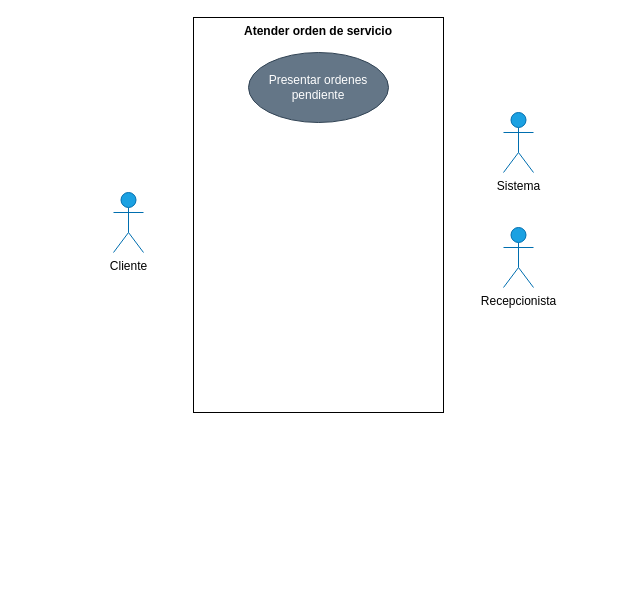
Before: page "atender-orden-caso-uso" (6 of 7) of documentacion/diagramas.drawio in JaasielGuerra/ServiTec, a draw.io diagram. Source tidied: cells renumbered, new cells numbered last; positions are measured from the earlier drawing's top-left corner, leaving out a move shared by most shapes. Both pictures are drawn from the tidied source at 100%, with x=0, y=0 at pixel (113, 17).
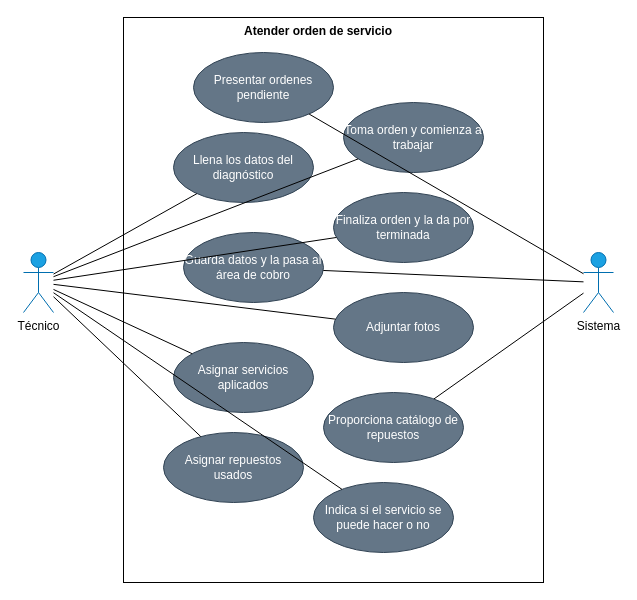
Above is the later version.

Commit message (it also covers changes not shown here):
diagramas atender orden servicio

What changed in the source:
```diff
@@
     <mxCell id="2" style="rounded=0;whiteSpace=wrap;html=1;" parent="1" vertex="1">
-      <mxGeometry x="80" width="250" height="395" as="geometry" />
+      <mxGeometry x="10" width="420" height="565" as="geometry" />
     </mxCell>
-    <mxCell id="3" value="Cliente" style="shape=umlActor;verticalLabelPosition=bottom;verticalAlign=top;html=1;fillColor=#1ba1e2;strokeColor=#006EAF;" parent="1" vertex="1">
-      <mxGeometry y="175" width="30" height="60" as="geometry" />
+    <mxCell id="3" value="Técnico" style="shape=umlActor;verticalLabelPosition=bottom;verticalAlign=top;html=1;fillColor=#1ba1e2;strokeColor=#006EAF;" parent="1" vertex="1">
+      <mxGeometry x="-90" y="235" width="30" height="60" as="geometry" />
     </mxCell>
@@
     <mxCell id="5" value="Presentar ordenes pendiente" style="ellipse;whiteSpace=wrap;html=1;fillColor=#647687;strokeColor=#314354;fontColor=#ffffff;" parent="1" vertex="1">
-      <mxGeometry x="135" y="35" width="140" height="70" as="geometry" />
+      <mxGeometry x="80" y="35" width="140" height="70" as="geometry" />
     </mxCell>
     <mxCell id="6" value="Sistema" style="shape=umlActor;verticalLabelPosition=bottom;verticalAlign=top;html=1;fillColor=#1ba1e2;strokeColor=#006EAF;" parent="1" vertex="1">
-      <mxGeometry x="390" y="95" width="30" height="60" as="geometry" />
+      <mxGeometry x="470" y="235" width="30" height="60" as="geometry" />
     </mxCell>
-    <mxCell id="7" value="Recepcionista" style="shape=umlActor;verticalLabelPosition=bottom;verticalAlign=top;html=1;fillColor=#1ba1e2;strokeColor=#006EAF;" parent="1" vertex="1">
-      <mxGeometry x="390" y="210" width="30" height="60" as="geometry" />
-    </mxCell>
+    <mxCell id="8" value="Toma orden y comienza a trabajar" style="ellipse;whiteSpace=wrap;html=1;fillColor=#647687;strokeColor=#314354;fontColor=#ffffff;" parent="1" vertex="1">
+      <mxGeometry x="230" y="85" width="140" height="70" as="geometry" />
+    </mxCell>
+    <mxCell id="9" value="Llena los datos del diagnóstico" style="ellipse;whiteSpace=wrap;html=1;fillColor=#647687;strokeColor=#314354;fontColor=#ffffff;" parent="1" vertex="1">
+      <mxGeometry x="60" y="115" width="140" height="70" as="geometry" />
+    </mxCell>
+    <mxCell id="10" value="Finaliza orden y la da por terminada" style="ellipse;whiteSpace=wrap;html=1;fillColor=#647687;strokeColor=#314354;fontColor=#ffffff;" parent="1" vertex="1">
+      <mxGeometry x="220" y="175" width="140" height="70" as="geometry" />
+    </mxCell>
+    <mxCell id="11" value="Guarda datos y la pasa al área de cobro" style="ellipse;whiteSpace=wrap;html=1;fillColor=#647687;strokeColor=#314354;fontColor=#ffffff;" parent="1" vertex="1">
+      <mxGeometry x="70" y="215" width="140" height="70" as="geometry" />
+    </mxCell>
+    <mxCell id="12" value="Adjuntar fotos" style="ellipse;whiteSpace=wrap;html=1;fillColor=#647687;strokeColor=#314354;fontColor=#ffffff;" parent="1" vertex="1">
+      <mxGeometry x="220" y="275" width="140" height="70" as="geometry" />
+    </mxCell>
+    <mxCell id="13" value="Asignar servicios aplicados" style="ellipse;whiteSpace=wrap;html=1;fillColor=#647687;strokeColor=#314354;fontColor=#ffffff;" parent="1" vertex="1">
+      <mxGeometry x="60" y="325" width="140" height="70" as="geometry" />
+    </mxCell>
+    <mxCell id="14" value="Proporciona catálogo de repuestos" style="ellipse;whiteSpace=wrap;html=1;fillColor=#647687;strokeColor=#314354;fontColor=#ffffff;" parent="1" vertex="1">
+      <mxGeometry x="210" y="375" width="140" height="70" as="geometry" />
+    </mxCell>
+    <mxCell id="15" value="Asignar repuestos usados" style="ellipse;whiteSpace=wrap;html=1;fillColor=#647687;strokeColor=#314354;fontColor=#ffffff;" parent="1" vertex="1">
+      <mxGeometry x="50" y="415" width="140" height="70" as="geometry" />
+    </mxCell>
+    <mxCell id="16" value="Indica si el servicio se puede hacer o no" style="ellipse;whiteSpace=wrap;html=1;fillColor=#647687;strokeColor=#314354;fontColor=#ffffff;" parent="1" vertex="1">
+      <mxGeometry x="200" y="465" width="140" height="70" as="geometry" />
+    </mxCell>
+    <mxCell id="17" style="endArrow=none;html=1;" parent="1" edge="1" source="3" target="8">
+      <mxGeometry relative="1" as="geometry" />
+    </mxCell>
+    <mxCell id="18" style="endArrow=none;html=1;" parent="1" edge="1" source="3" target="13">
+      <mxGeometry relative="1" as="geometry" />
+    </mxCell>
+    <mxCell id="19" style="endArrow=none;html=1;" parent="1" edge="1" source="3" target="9">
+      <mxGeometry relative="1" as="geometry" />
+    </mxCell>
+    <mxCell id="20" style="endArrow=none;html=1;" parent="1" edge="1" source="6" target="5">
+      <mxGeometry relative="1" as="geometry" />
+    </mxCell>
+    <mxCell id="21" style="endArrow=none;html=1;" parent="1" edge="1" source="11" target="6">
+      <mxGeometry relative="1" as="geometry" />
+    </mxCell>
+    <mxCell id="22" style="endArrow=none;html=1;" parent="1" edge="1" source="12" target="3">
+      <mxGeometry relative="1" as="geometry" />
+    </mxCell>
+    <mxCell id="23" style="endArrow=none;html=1;" parent="1" edge="1" source="14" target="6">
+      <mxGeometry relative="1" as="geometry" />
+    </mxCell>
+    <mxCell id="24" style="endArrow=none;html=1;" parent="1" edge="1" source="15" target="3">
+      <mxGeometry relative="1" as="geometry" />
+    </mxCell>
+    <mxCell id="25" style="endArrow=none;html=1;" parent="1" edge="1" source="16" target="3">
+      <mxGeometry relative="1" as="geometry" />
+    </mxCell>
+    <mxCell id="26" style="endArrow=none;html=1;" parent="1" edge="1" source="10" target="3">
+      <mxGeometry relative="1" as="geometry" />
+    </mxCell>
```
